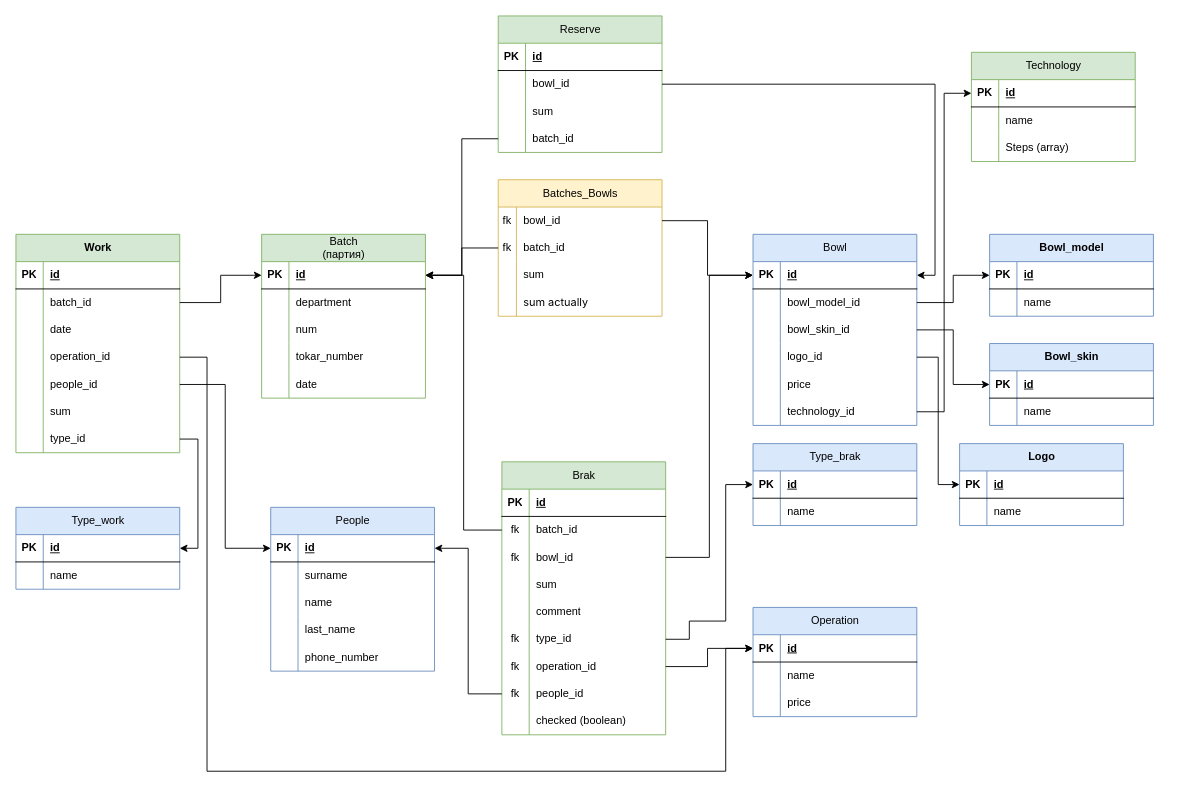
OGdanik/db_diagrams keeps this draw.io diagram as CosmoCRM.drawio. Above is the earlier version. Source tidied: cells renumbered, new cells numbered last; positions are measured from the earlier drawing's top-left corner, leaving out a move shared by most shapes. Both pictures are drawn from the tidied source at 91%, with x=0, y=0 at pixel (15, 15).
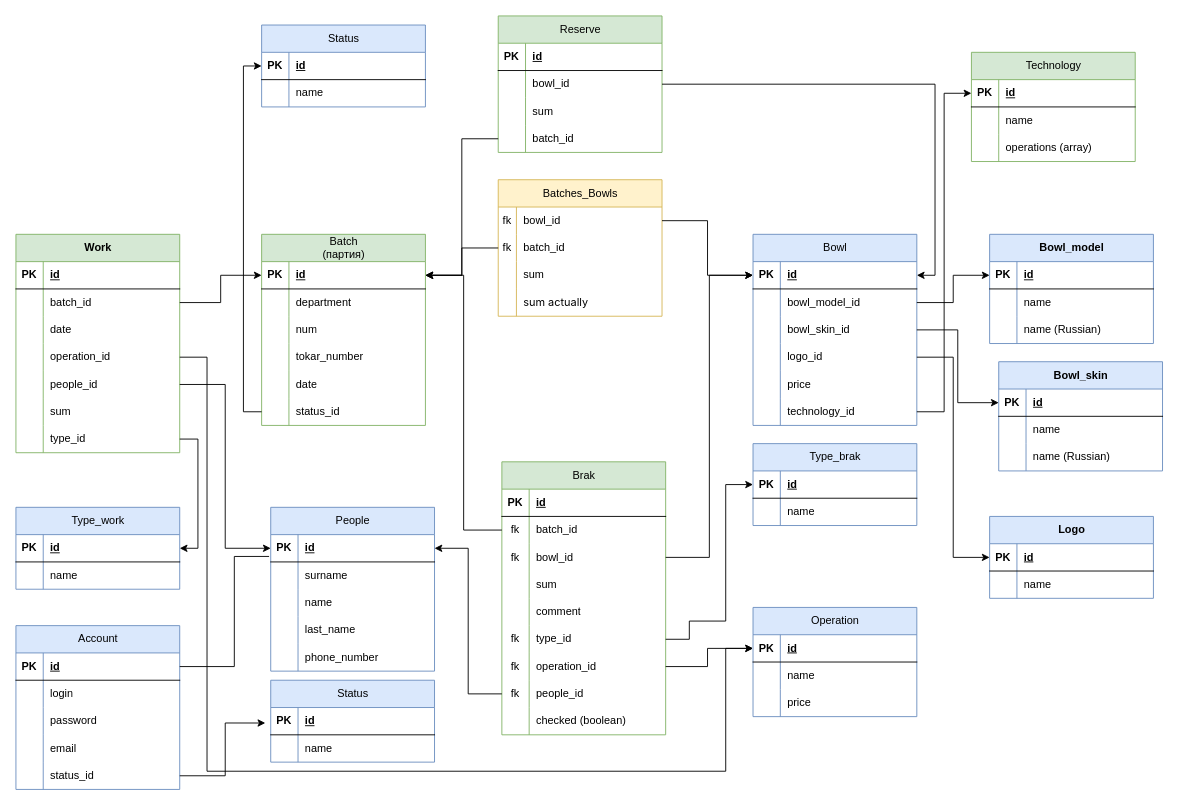
The same diagram, later.

Unchanged cells that the change refers to:
```xml
<mxCell id="94" style="shape=tableRow;horizontal=0;startSize=0;swimlaneHead=0;swimlaneBody=0;fillColor=none;points=[[0,0.5],[1,0.5]];portConstraint=eastwest;top=0;left=0;right=0;bottom=1;" parent="93" vertex="1">
  <mxGeometry y="30" width="180" height="30" as="geometry" />
</mxCell>
<mxCell id="196" style="shape=tableRow;horizontal=0;startSize=0;swimlaneHead=0;swimlaneBody=0;fillColor=none;top=0;left=0;right=0;bottom=0;" parent="189" vertex="1">
  <mxGeometry y="90" width="180" height="30" as="geometry" />
</mxCell>
```

What changed in the source:
```diff
@@
     <mxCell id="2" value="&lt;span style=&quot;font-weight: 400; text-wrap: wrap;&quot;&gt;Batch (партия)&lt;/span&gt;" style="shape=table;startSize=30;childLayout=tableLayout;rowLines=0;fontStyle=1;align=center;html=1;fillColor=#d5e8d4;strokeColor=#82b366;" parent="1" vertex="1">
-      <mxGeometry x="270" y="240" width="180" height="180" as="geometry" />
+      <mxGeometry x="270" y="240" width="180" height="210" as="geometry" />
     </mxCell>
@@
+    <mxCell id="201" style="shape=tableRow;horizontal=0;startSize=0;swimlaneHead=0;swimlaneBody=0;fillColor=none;points=[[0,0.5],[1,0.5]];portConstraint=eastwest;top=0;left=0;right=0;bottom=0;" parent="2" vertex="1">
+      <mxGeometry y="180" width="180" height="30" as="geometry" />
+    </mxCell>
+    <mxCell id="202" style="shape=partialRectangle;fillColor=none;top=0;left=0;bottom=0;right=0;overflow=hidden;whiteSpace=wrap;html=1;" parent="201" vertex="1">
+      <mxGeometry width="30" height="30" as="geometry" />
+    </mxCell>
+    <mxCell id="203" value="status_id" style="shape=partialRectangle;fillColor=none;top=0;left=0;bottom=0;right=0;align=left;spacingLeft=6;overflow=hidden;whiteSpace=wrap;html=1;" parent="201" vertex="1">
+      <mxGeometry x="30" width="150" height="30" as="geometry" />
+    </mxCell>
@@
     <mxCell id="151" value="Bowl_model" style="shape=table;startSize=30;childLayout=tableLayout;rowLines=0;fontStyle=1;align=center;html=1;fillColor=#dae8fc;strokeColor=#6c8ebf;" parent="1" vertex="1">
-      <mxGeometry x="1070" y="240" width="180" height="90" as="geometry" />
+      <mxGeometry x="1070" y="240" width="180" height="120" as="geometry" />
     </mxCell>
@@
+    <mxCell id="204" style="shape=tableRow;horizontal=0;startSize=0;swimlaneHead=0;swimlaneBody=0;fillColor=none;top=0;left=0;right=0;bottom=0;" parent="151" vertex="1">
+      <mxGeometry y="60" width="180" height="30" as="geometry" />
+    </mxCell>
+    <mxCell id="205" style="shape=partialRectangle;fillColor=none;top=0;left=0;bottom=0;right=0;overflow=hidden;whiteSpace=wrap;html=1;" parent="204" vertex="1">
+      <mxGeometry width="30" height="30" as="geometry" />
+    </mxCell>
+    <mxCell id="206" value="name" style="shape=partialRectangle;fillColor=none;top=0;left=0;bottom=0;right=0;align=left;spacingLeft=6;overflow=hidden;whiteSpace=wrap;html=1;" parent="204" vertex="1">
+      <mxGeometry x="30" width="150" height="30" as="geometry" />
+    </mxCell>
     <mxCell id="155" style="shape=tableRow;horizontal=0;startSize=0;swimlaneHead=0;swimlaneBody=0;fillColor=none;top=0;left=0;right=0;bottom=0;" parent="151" vertex="1">
-      <mxGeometry y="60" width="180" height="30" as="geometry" />
+      <mxGeometry y="90" width="180" height="30" as="geometry" />
     </mxCell>
@@
-    <mxCell id="157" value="name" style="shape=partialRectangle;fillColor=none;top=0;left=0;bottom=0;right=0;align=left;spacingLeft=6;overflow=hidden;whiteSpace=wrap;html=1;" parent="155" vertex="1">
+    <mxCell id="157" value="name (Russian)" style="shape=partialRectangle;fillColor=none;top=0;left=0;bottom=0;right=0;align=left;spacingLeft=6;overflow=hidden;whiteSpace=wrap;html=1;" parent="155" vertex="1">
       <mxGeometry x="30" width="150" height="30" as="geometry" />
     </mxCell>
@@
     <mxCell id="159" value="Bowl_skin" style="shape=table;startSize=30;childLayout=tableLayout;rowLines=0;fontStyle=1;align=center;html=1;fillColor=#dae8fc;strokeColor=#6c8ebf;" parent="1" vertex="1">
-      <mxGeometry x="1070" y="360" width="180" height="90" as="geometry" />
+      <mxGeometry x="1080" y="380" width="180" height="120" as="geometry" />
     </mxCell>
@@
+    <mxCell id="207" style="shape=tableRow;horizontal=0;startSize=0;swimlaneHead=0;swimlaneBody=0;fillColor=none;top=0;left=0;right=0;bottom=0;" parent="159" vertex="1">
+      <mxGeometry y="60" width="180" height="30" as="geometry" />
+    </mxCell>
+    <mxCell id="208" style="shape=partialRectangle;fillColor=none;top=0;left=0;bottom=0;right=0;overflow=hidden;whiteSpace=wrap;html=1;" parent="207" vertex="1">
+      <mxGeometry width="30" height="30" as="geometry" />
+    </mxCell>
+    <mxCell id="209" value="name" style="shape=partialRectangle;fillColor=none;top=0;left=0;bottom=0;right=0;align=left;spacingLeft=6;overflow=hidden;whiteSpace=wrap;html=1;" parent="207" vertex="1">
+      <mxGeometry x="30" width="150" height="30" as="geometry" />
+    </mxCell>
     <mxCell id="163" style="shape=tableRow;horizontal=0;startSize=0;swimlaneHead=0;swimlaneBody=0;fillColor=none;top=0;left=0;right=0;bottom=0;" parent="159" vertex="1">
-      <mxGeometry y="60" width="180" height="30" as="geometry" />
+      <mxGeometry y="90" width="180" height="30" as="geometry" />
     </mxCell>
@@
-    <mxCell id="165" value="name" style="shape=partialRectangle;fillColor=none;top=0;left=0;bottom=0;right=0;align=left;spacingLeft=6;overflow=hidden;whiteSpace=wrap;html=1;" parent="163" vertex="1">
+    <mxCell id="165" value="name&amp;nbsp;(Russian)" style="shape=partialRectangle;fillColor=none;top=0;left=0;bottom=0;right=0;align=left;spacingLeft=6;overflow=hidden;whiteSpace=wrap;html=1;" parent="163" vertex="1">
       <mxGeometry x="30" width="150" height="30" as="geometry" />
     </mxCell>
@@
     <mxCell id="167" value="Logo" style="shape=table;startSize=30;childLayout=tableLayout;rowLines=0;fontStyle=1;align=center;html=1;fillColor=#dae8fc;strokeColor=#6c8ebf;" parent="1" vertex="1">
-      <mxGeometry x="1037" y="470" width="180" height="90" as="geometry" />
+      <mxGeometry x="1070" y="550" width="180" height="90" as="geometry" />
     </mxCell>
@@
-    <mxCell id="198" value="Steps (array)" style="shape=partialRectangle;fillColor=none;top=0;left=0;bottom=0;right=0;align=left;spacingLeft=6;overflow=hidden;whiteSpace=wrap;html=1;" parent="196" vertex="1">
+    <mxCell id="198" value="operations (array)" style="shape=partialRectangle;fillColor=none;top=0;left=0;bottom=0;right=0;align=left;spacingLeft=6;overflow=hidden;whiteSpace=wrap;html=1;" parent="196" vertex="1">
       <mxGeometry x="30" width="150" height="30" as="geometry" />
     </mxCell>
@@
+    <mxCell id="210" value="&lt;span style=&quot;font-weight: 400; text-wrap: wrap;&quot;&gt;Status&lt;/span&gt;" style="shape=table;startSize=30;childLayout=tableLayout;rowLines=0;fontStyle=1;align=center;html=1;fillColor=#dae8fc;strokeColor=#6c8ebf;" parent="1" vertex="1">
+      <mxGeometry x="270" y="10" width="180" height="90" as="geometry" />
+    </mxCell>
+    <mxCell id="211" style="shape=tableRow;horizontal=0;startSize=0;swimlaneHead=0;swimlaneBody=0;fillColor=none;points=[[0,0.5],[1,0.5]];portConstraint=eastwest;top=0;left=0;right=0;bottom=1;" parent="210" vertex="1">
+      <mxGeometry y="30" width="180" height="30" as="geometry" />
+    </mxCell>
+    <mxCell id="212" value="PK" style="shape=partialRectangle;fillColor=none;top=0;left=0;bottom=0;right=0;fontStyle=1;overflow=hidden;whiteSpace=wrap;html=1;" parent="211" vertex="1">
+      <mxGeometry width="30" height="30" as="geometry" />
+    </mxCell>
+    <mxCell id="213" value="id" style="shape=partialRectangle;fillColor=none;top=0;left=0;bottom=0;right=0;align=left;spacingLeft=6;fontStyle=5;overflow=hidden;whiteSpace=wrap;html=1;" parent="211" vertex="1">
+      <mxGeometry x="30" width="150" height="30" as="geometry" />
+    </mxCell>
+    <mxCell id="214" style="shape=tableRow;horizontal=0;startSize=0;swimlaneHead=0;swimlaneBody=0;fillColor=none;top=0;left=0;right=0;bottom=0;" parent="210" vertex="1">
+      <mxGeometry y="60" width="180" height="30" as="geometry" />
+    </mxCell>
+    <mxCell id="215" style="shape=partialRectangle;fillColor=none;top=0;left=0;bottom=0;right=0;overflow=hidden;whiteSpace=wrap;html=1;" parent="214" vertex="1">
+      <mxGeometry width="30" height="30" as="geometry" />
+    </mxCell>
+    <mxCell id="216" value="name" style="shape=partialRectangle;fillColor=none;top=0;left=0;bottom=0;right=0;align=left;spacingLeft=6;overflow=hidden;whiteSpace=wrap;html=1;" parent="214" vertex="1">
+      <mxGeometry x="30" width="150" height="30" as="geometry" />
+    </mxCell>
+    <mxCell id="217" style="edgeStyle=orthogonalEdgeStyle;rounded=0;jettySize=auto;html=1;entryX=0;entryY=0.5;entryDx=0;entryDy=0;" parent="1" edge="1" source="201" target="211">
+      <mxGeometry relative="1" as="geometry" />
+    </mxCell>
+    <mxCell id="218" value="&lt;span style=&quot;font-weight: 400; text-wrap: wrap;&quot;&gt;Account&lt;/span&gt;" style="shape=table;startSize=30;childLayout=tableLayout;rowLines=0;fontStyle=1;align=center;html=1;fillColor=#dae8fc;strokeColor=#6c8ebf;" parent="1" vertex="1">
+      <mxGeometry y="670" width="180" height="180" as="geometry" />
+    </mxCell>
+    <mxCell id="219" style="shape=tableRow;horizontal=0;startSize=0;swimlaneHead=0;swimlaneBody=0;fillColor=none;points=[[0,0.5],[1,0.5]];portConstraint=eastwest;top=0;left=0;right=0;bottom=1;" parent="218" vertex="1">
+      <mxGeometry y="30" width="180" height="30" as="geometry" />
+    </mxCell>
+    <mxCell id="220" value="PK" style="shape=partialRectangle;fillColor=none;top=0;left=0;bottom=0;right=0;fontStyle=1;overflow=hidden;whiteSpace=wrap;html=1;" parent="219" vertex="1">
+      <mxGeometry width="30" height="30" as="geometry" />
+    </mxCell>
+    <mxCell id="221" value="id" style="shape=partialRectangle;fillColor=none;top=0;left=0;bottom=0;right=0;align=left;spacingLeft=6;fontStyle=5;overflow=hidden;whiteSpace=wrap;html=1;" parent="219" vertex="1">
+      <mxGeometry x="30" width="150" height="30" as="geometry" />
+    </mxCell>
+    <mxCell id="222" style="shape=tableRow;horizontal=0;startSize=0;swimlaneHead=0;swimlaneBody=0;fillColor=none;top=0;left=0;right=0;bottom=0;" parent="218" vertex="1">
+      <mxGeometry y="60" width="180" height="30" as="geometry" />
+    </mxCell>
+    <mxCell id="223" style="shape=partialRectangle;fillColor=none;top=0;left=0;bottom=0;right=0;overflow=hidden;whiteSpace=wrap;html=1;" parent="222" vertex="1">
+      <mxGeometry width="30" height="30" as="geometry" />
+    </mxCell>
+    <mxCell id="224" value="login" style="shape=partialRectangle;fillColor=none;top=0;left=0;bottom=0;right=0;align=left;spacingLeft=6;overflow=hidden;whiteSpace=wrap;html=1;" parent="222" vertex="1">
+      <mxGeometry x="30" width="150" height="30" as="geometry" />
+    </mxCell>
+    <mxCell id="225" style="shape=tableRow;horizontal=0;startSize=0;swimlaneHead=0;swimlaneBody=0;fillColor=none;top=0;left=0;right=0;bottom=0;" parent="218" vertex="1">
+      <mxGeometry y="90" width="180" height="30" as="geometry" />
+    </mxCell>
+    <mxCell id="226" style="shape=partialRectangle;fillColor=none;top=0;left=0;bottom=0;right=0;overflow=hidden;whiteSpace=wrap;html=1;" parent="225" vertex="1">
+      <mxGeometry width="30" height="30" as="geometry" />
+    </mxCell>
+    <mxCell id="227" value="password" style="shape=partialRectangle;fillColor=none;top=0;left=0;bottom=0;right=0;align=left;spacingLeft=6;overflow=hidden;whiteSpace=wrap;html=1;" parent="225" vertex="1">
+      <mxGeometry x="30" width="150" height="30" as="geometry" />
+    </mxCell>
+    <mxCell id="228" style="shape=tableRow;horizontal=0;startSize=0;swimlaneHead=0;swimlaneBody=0;fillColor=none;top=0;left=0;right=0;bottom=0;" parent="218" vertex="1">
+      <mxGeometry y="120" width="180" height="30" as="geometry" />
+    </mxCell>
+    <mxCell id="229" style="shape=partialRectangle;fillColor=none;top=0;left=0;bottom=0;right=0;overflow=hidden;whiteSpace=wrap;html=1;" parent="228" vertex="1">
+      <mxGeometry width="30" height="30" as="geometry" />
+    </mxCell>
+    <mxCell id="230" value="email" style="shape=partialRectangle;fillColor=none;top=0;left=0;bottom=0;right=0;align=left;spacingLeft=6;overflow=hidden;whiteSpace=wrap;html=1;" parent="228" vertex="1">
+      <mxGeometry x="30" width="150" height="30" as="geometry" />
+    </mxCell>
+    <mxCell id="231" style="shape=tableRow;horizontal=0;startSize=0;swimlaneHead=0;swimlaneBody=0;fillColor=none;points=[[0,0.5],[1,0.5]];portConstraint=eastwest;top=0;left=0;right=0;bottom=0;" parent="218" vertex="1">
+      <mxGeometry y="150" width="180" height="30" as="geometry" />
+    </mxCell>
+    <mxCell id="232" style="shape=partialRectangle;fillColor=none;top=0;left=0;bottom=0;right=0;overflow=hidden;whiteSpace=wrap;html=1;" parent="231" vertex="1">
+      <mxGeometry width="30" height="30" as="geometry" />
+    </mxCell>
+    <mxCell id="233" value="status_id" style="shape=partialRectangle;fillColor=none;top=0;left=0;bottom=0;right=0;align=left;spacingLeft=6;overflow=hidden;whiteSpace=wrap;html=1;" parent="231" vertex="1">
+      <mxGeometry x="30" width="150" height="30" as="geometry" />
+    </mxCell>
+    <mxCell id="234" value="&lt;span style=&quot;font-weight: 400; text-wrap: wrap;&quot;&gt;Status&lt;/span&gt;" style="shape=table;startSize=30;childLayout=tableLayout;rowLines=0;fontStyle=1;align=center;html=1;fillColor=#dae8fc;strokeColor=#6c8ebf;" parent="1" vertex="1">
+      <mxGeometry x="280" y="730" width="180" height="90" as="geometry" />
+    </mxCell>
+    <mxCell id="235" style="shape=tableRow;horizontal=0;startSize=0;swimlaneHead=0;swimlaneBody=0;fillColor=none;points=[[0,0.5],[1,0.5]];portConstraint=eastwest;top=0;left=0;right=0;bottom=1;" parent="234" vertex="1">
+      <mxGeometry y="30" width="180" height="30" as="geometry" />
+    </mxCell>
+    <mxCell id="236" value="PK" style="shape=partialRectangle;fillColor=none;top=0;left=0;bottom=0;right=0;fontStyle=1;overflow=hidden;whiteSpace=wrap;html=1;" parent="235" vertex="1">
+      <mxGeometry width="30" height="30" as="geometry" />
+    </mxCell>
+    <mxCell id="237" value="id" style="shape=partialRectangle;fillColor=none;top=0;left=0;bottom=0;right=0;align=left;spacingLeft=6;fontStyle=5;overflow=hidden;whiteSpace=wrap;html=1;" parent="235" vertex="1">
+      <mxGeometry x="30" width="150" height="30" as="geometry" />
+    </mxCell>
+    <mxCell id="238" style="shape=tableRow;horizontal=0;startSize=0;swimlaneHead=0;swimlaneBody=0;fillColor=none;top=0;left=0;right=0;bottom=0;" parent="234" vertex="1">
+      <mxGeometry y="60" width="180" height="30" as="geometry" />
+    </mxCell>
+    <mxCell id="239" style="shape=partialRectangle;fillColor=none;top=0;left=0;bottom=0;right=0;overflow=hidden;whiteSpace=wrap;html=1;" parent="238" vertex="1">
+      <mxGeometry width="30" height="30" as="geometry" />
+    </mxCell>
+    <mxCell id="240" value="name" style="shape=partialRectangle;fillColor=none;top=0;left=0;bottom=0;right=0;align=left;spacingLeft=6;overflow=hidden;whiteSpace=wrap;html=1;" parent="238" vertex="1">
+      <mxGeometry x="30" width="150" height="30" as="geometry" />
+    </mxCell>
+    <mxCell id="241" style="edgeStyle=orthogonalEdgeStyle;rounded=0;jettySize=auto;html=1;exitX=1;exitY=0.5;exitDx=0;exitDy=0;entryX=-0.033;entryY=0.567;entryDx=0;entryDy=0;entryPerimeter=0;" parent="1" edge="1" source="231" target="235">
+      <mxGeometry relative="1" as="geometry" />
+    </mxCell>
+    <mxCell id="242" style="edgeStyle=orthogonalEdgeStyle;rounded=0;jettySize=auto;html=1;exitX=1;exitY=0.5;exitDx=0;exitDy=0;entryX=-0.01;entryY=0.799;entryDx=0;entryDy=0;entryPerimeter=0;endArrow=none;endFill=0;" parent="1" edge="1" source="219" target="94">
+      <mxGeometry relative="1" as="geometry">
+        <Array as="points">
+          <mxPoint x="240" y="715" />
+          <mxPoint x="240" y="594" />
+        </Array>
+      </mxGeometry>
+    </mxCell>
```
